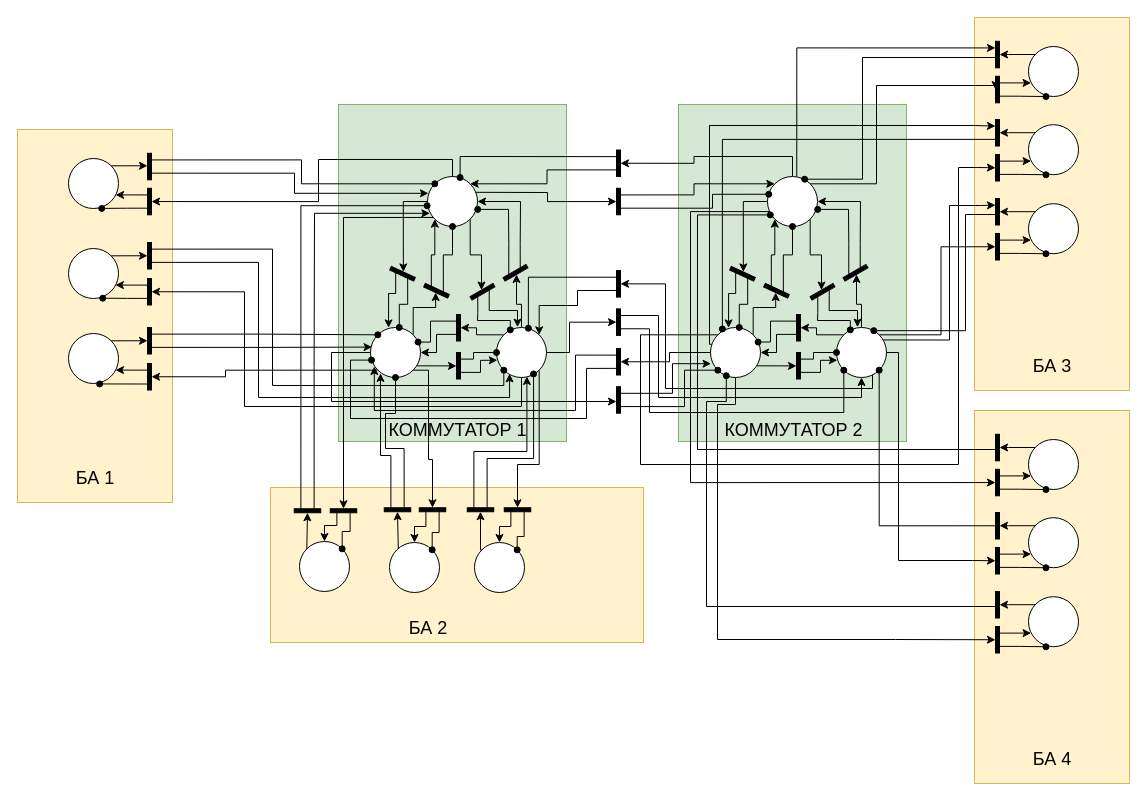
The draw.io diagram page "Page-3" (3 of 3) of logic.drawio in sadsackk/STP-ISS-analyzer, before the edit. Source tidied: cells renumbered, new cells numbered last; positions are measured from the earlier drawing's top-left corner, leaving out a move shared by most shapes. Both pictures are drawn from the tidied source at 100%, with x=0, y=0 at pixel (17, 17).
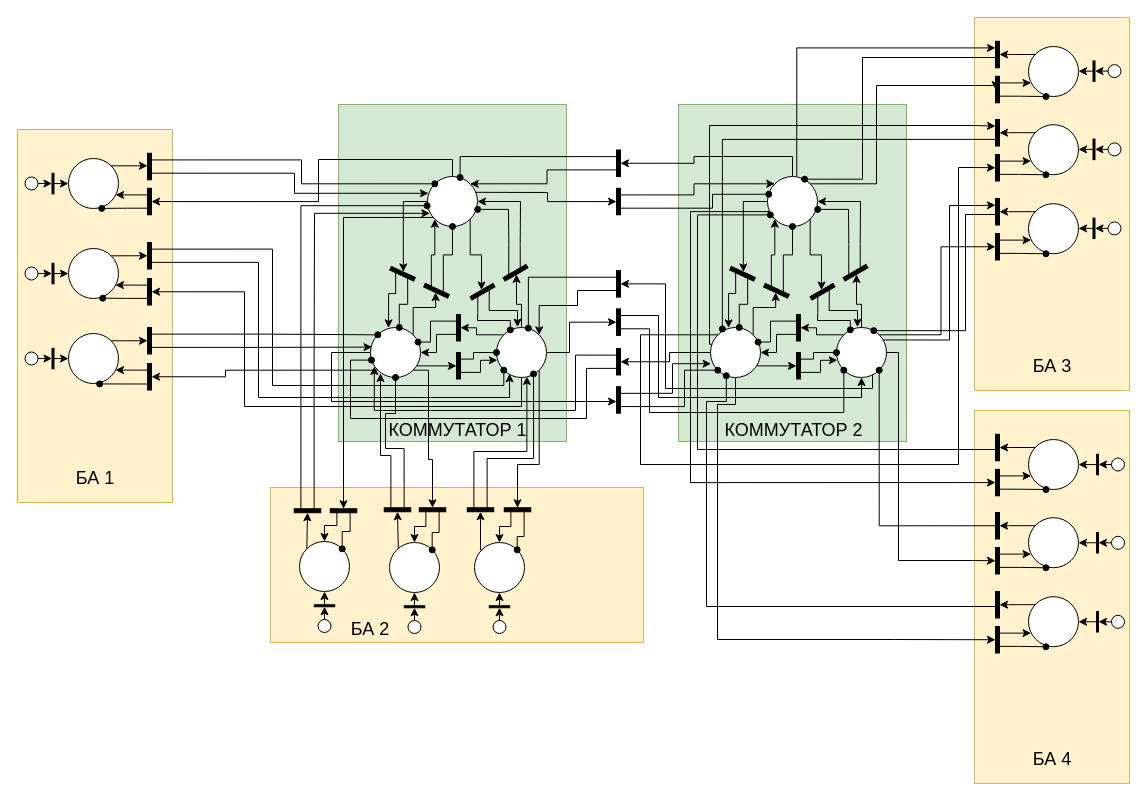
Above is the later version.

The change refers to these unchanged cells:
```xml
<mxCell id="2" style="group;flipH=1;flipV=0;" parent="1" vertex="1">
  <mxGeometry x="957" width="155" height="373" as="geometry" />
</mxCell>
<mxCell id="4" style="ellipse;whiteSpace=wrap;html=1;" parent="2" vertex="1">
  <mxGeometry x="54" y="29" width="50" height="50" as="geometry" />
</mxCell>
<mxCell id="11" style="ellipse;whiteSpace=wrap;html=1;" parent="2" vertex="1">
  <mxGeometry x="54" y="107.2" width="50" height="50" as="geometry" />
</mxCell>
<mxCell id="17" style="ellipse;whiteSpace=wrap;html=1;" parent="2" vertex="1">
  <mxGeometry x="54" y="186.2" width="50" height="50" as="geometry" />
</mxCell>
<mxCell id="23" style="group;flipH=1;flipV=0;" parent="1" vertex="1">
  <mxGeometry x="957" y="393" width="155" height="373" as="geometry" />
</mxCell>
<mxCell id="25" style="ellipse;whiteSpace=wrap;html=1;" parent="23" vertex="1">
  <mxGeometry x="54" y="29" width="50" height="50" as="geometry" />
</mxCell>
<mxCell id="32" style="ellipse;whiteSpace=wrap;html=1;" parent="23" vertex="1">
  <mxGeometry x="54" y="107.2" width="50" height="50" as="geometry" />
</mxCell>
<mxCell id="38" style="ellipse;whiteSpace=wrap;html=1;" parent="23" vertex="1">
  <mxGeometry x="54" y="186.2" width="50" height="50" as="geometry" />
</mxCell>
<mxCell id="49" style="ellipse;whiteSpace=wrap;html=1;rotation=-90;" parent="45" vertex="1">
  <mxGeometry x="95" y="164" width="50" height="50" as="geometry" />
</mxCell>
<mxCell id="66" style="group;" parent="1" vertex="1">
  <mxGeometry y="112" width="155" height="373" as="geometry" />
</mxCell>
<mxCell id="68" style="ellipse;whiteSpace=wrap;html=1;" parent="66" vertex="1">
  <mxGeometry x="51" y="29" width="50" height="50" as="geometry" />
</mxCell>
<mxCell id="69" style="ellipse;whiteSpace=wrap;html=1;" parent="66" vertex="1">
  <mxGeometry x="51" y="119" width="50" height="50" as="geometry" />
</mxCell>
<mxCell id="70" style="ellipse;whiteSpace=wrap;html=1;" parent="66" vertex="1">
  <mxGeometry x="51" y="204" width="50" height="50" as="geometry" />
</mxCell>
```

What changed in the source:
```diff
@@
+    <mxCell id="207" style="ellipse;whiteSpace=wrap;html=1;rotation=-90;" parent="2" vertex="1">
+      <mxGeometry x="133.5" y="204.4" width="13" height="13" as="geometry" />
+    </mxCell>
+    <mxCell id="208" style="edgeStyle=orthogonalEdgeStyle;rounded=0;jettySize=auto;html=1;exitX=0;exitY=0.5;exitDx=0;exitDy=0;entryX=1;entryY=0.5;entryDx=0;entryDy=0;fontSize=18;endArrow=classic;endFill=1;" parent="2" edge="1" source="209" target="17">
+      <mxGeometry relative="1" as="geometry" />
+    </mxCell>
+    <mxCell id="209" style="rounded=0;whiteSpace=wrap;html=1;fontSize=18;strokeColor=#000000;fillColor=#000000;rotation=0;" parent="2" vertex="1">
+      <mxGeometry x="118.5" y="200.6" width="2" height="20.5" as="geometry" />
+    </mxCell>
+    <mxCell id="210" style="edgeStyle=orthogonalEdgeStyle;rounded=0;jettySize=auto;html=1;exitX=0.5;exitY=0;exitDx=0;exitDy=0;entryX=1;entryY=0.5;entryDx=0;entryDy=0;fontSize=18;endArrow=classic;endFill=1;" parent="2" edge="1" source="207" target="209">
+      <mxGeometry relative="1" as="geometry" />
+    </mxCell>
+    <mxCell id="211" style="ellipse;whiteSpace=wrap;html=1;rotation=-90;" parent="2" vertex="1">
+      <mxGeometry x="133.5" y="125.4" width="13" height="13" as="geometry" />
+    </mxCell>
+    <mxCell id="212" style="edgeStyle=orthogonalEdgeStyle;rounded=0;jettySize=auto;html=1;exitX=0;exitY=0.5;exitDx=0;exitDy=0;entryX=1;entryY=0.5;entryDx=0;entryDy=0;fontSize=18;endArrow=classic;endFill=1;" parent="2" edge="1" source="213" target="11">
+      <mxGeometry relative="1" as="geometry" />
+    </mxCell>
+    <mxCell id="213" style="rounded=0;whiteSpace=wrap;html=1;fontSize=18;strokeColor=#000000;fillColor=#000000;rotation=0;" parent="2" vertex="1">
+      <mxGeometry x="118.5" y="121.6" width="2" height="20.5" as="geometry" />
+    </mxCell>
+    <mxCell id="214" style="edgeStyle=orthogonalEdgeStyle;rounded=0;jettySize=auto;html=1;exitX=0.5;exitY=0;exitDx=0;exitDy=0;entryX=1;entryY=0.5;entryDx=0;entryDy=0;fontSize=18;endArrow=classic;endFill=1;" parent="2" edge="1" source="211" target="213">
+      <mxGeometry relative="1" as="geometry" />
+    </mxCell>
+    <mxCell id="215" style="ellipse;whiteSpace=wrap;html=1;rotation=-90;" parent="2" vertex="1">
+      <mxGeometry x="133.5" y="47.1" width="13" height="13" as="geometry" />
+    </mxCell>
+    <mxCell id="216" style="edgeStyle=orthogonalEdgeStyle;rounded=0;jettySize=auto;html=1;exitX=0;exitY=0.5;exitDx=0;exitDy=0;entryX=1;entryY=0.5;entryDx=0;entryDy=0;fontSize=18;endArrow=classic;endFill=1;" parent="2" edge="1" source="217" target="4">
+      <mxGeometry relative="1" as="geometry" />
+    </mxCell>
+    <mxCell id="217" style="rounded=0;whiteSpace=wrap;html=1;fontSize=18;strokeColor=#000000;fillColor=#000000;rotation=0;" parent="2" vertex="1">
+      <mxGeometry x="118.5" y="43.4" width="2" height="20.5" as="geometry" />
+    </mxCell>
+    <mxCell id="218" style="edgeStyle=orthogonalEdgeStyle;rounded=0;jettySize=auto;html=1;exitX=0.5;exitY=0;exitDx=0;exitDy=0;entryX=1;entryY=0.5;entryDx=0;entryDy=0;fontSize=18;endArrow=classic;endFill=1;" parent="2" edge="1" source="215" target="217">
+      <mxGeometry relative="1" as="geometry" />
+    </mxCell>
@@
+    <mxCell id="219" style="ellipse;whiteSpace=wrap;html=1;rotation=-90;" parent="23" vertex="1">
+      <mxGeometry x="137" y="204.8" width="13" height="13" as="geometry" />
+    </mxCell>
+    <mxCell id="220" style="edgeStyle=orthogonalEdgeStyle;rounded=0;jettySize=auto;html=1;exitX=0;exitY=0.5;exitDx=0;exitDy=0;entryX=1;entryY=0.5;entryDx=0;entryDy=0;fontSize=18;endArrow=classic;endFill=1;" parent="23" edge="1" source="221" target="38">
+      <mxGeometry relative="1" as="geometry" />
+    </mxCell>
+    <mxCell id="221" style="rounded=0;whiteSpace=wrap;html=1;fontSize=18;strokeColor=#000000;fillColor=#000000;rotation=0;" parent="23" vertex="1">
+      <mxGeometry x="122" y="201" width="2" height="20.5" as="geometry" />
+    </mxCell>
+    <mxCell id="222" style="edgeStyle=orthogonalEdgeStyle;rounded=0;jettySize=auto;html=1;exitX=0.5;exitY=0;exitDx=0;exitDy=0;entryX=1;entryY=0.5;entryDx=0;entryDy=0;fontSize=18;endArrow=classic;endFill=1;" parent="23" edge="1" source="219" target="221">
+      <mxGeometry relative="1" as="geometry" />
+    </mxCell>
+    <mxCell id="223" style="ellipse;whiteSpace=wrap;html=1;rotation=-90;" parent="23" vertex="1">
+      <mxGeometry x="137" y="125.8" width="13" height="13" as="geometry" />
+    </mxCell>
+    <mxCell id="224" style="edgeStyle=orthogonalEdgeStyle;rounded=0;jettySize=auto;html=1;exitX=0;exitY=0.5;exitDx=0;exitDy=0;entryX=1;entryY=0.5;entryDx=0;entryDy=0;fontSize=18;endArrow=classic;endFill=1;" parent="23" edge="1" source="225" target="32">
+      <mxGeometry relative="1" as="geometry" />
+    </mxCell>
+    <mxCell id="225" style="rounded=0;whiteSpace=wrap;html=1;fontSize=18;strokeColor=#000000;fillColor=#000000;rotation=0;" parent="23" vertex="1">
+      <mxGeometry x="122" y="122" width="2" height="20.5" as="geometry" />
+    </mxCell>
+    <mxCell id="226" style="edgeStyle=orthogonalEdgeStyle;rounded=0;jettySize=auto;html=1;exitX=0.5;exitY=0;exitDx=0;exitDy=0;entryX=1;entryY=0.5;entryDx=0;entryDy=0;fontSize=18;endArrow=classic;endFill=1;" parent="23" edge="1" source="223" target="225">
+      <mxGeometry relative="1" as="geometry" />
+    </mxCell>
+    <mxCell id="227" style="ellipse;whiteSpace=wrap;html=1;rotation=-90;" parent="23" vertex="1">
+      <mxGeometry x="137" y="47.5" width="13" height="13" as="geometry" />
+    </mxCell>
+    <mxCell id="228" style="edgeStyle=orthogonalEdgeStyle;rounded=0;jettySize=auto;html=1;exitX=0;exitY=0.5;exitDx=0;exitDy=0;entryX=1;entryY=0.5;entryDx=0;entryDy=0;fontSize=18;endArrow=classic;endFill=1;" parent="23" edge="1" source="229" target="25">
+      <mxGeometry relative="1" as="geometry" />
+    </mxCell>
+    <mxCell id="229" style="rounded=0;whiteSpace=wrap;html=1;fontSize=18;strokeColor=#000000;fillColor=#000000;rotation=0;" parent="23" vertex="1">
+      <mxGeometry x="122" y="43.8" width="2" height="20.5" as="geometry" />
+    </mxCell>
+    <mxCell id="230" style="edgeStyle=orthogonalEdgeStyle;rounded=0;jettySize=auto;html=1;exitX=0.5;exitY=0;exitDx=0;exitDy=0;entryX=1;entryY=0.5;entryDx=0;entryDy=0;fontSize=18;endArrow=classic;endFill=1;" parent="23" edge="1" source="227" target="229">
+      <mxGeometry relative="1" as="geometry" />
+    </mxCell>
@@
     <mxCell id="45" style="group;rotation=-90;" parent="1" vertex="1">
-      <mxGeometry x="362" y="361" width="155" height="373" as="geometry" />
+      <mxGeometry x="362" y="361" width="190" height="373" as="geometry" />
     </mxCell>
@@
     <mxCell id="50" value="&lt;font style=&quot;font-size: 18px&quot;&gt;БА 2&lt;/font&gt;" style="text;html=1;strokeColor=none;fillColor=none;align=center;verticalAlign=middle;whiteSpace=wrap;rounded=0;rotation=0;" parent="45" vertex="1">
-      <mxGeometry x="8" y="226" width="82" height="48" as="geometry" />
+      <mxGeometry x="-50" y="227" width="82" height="48" as="geometry" />
     </mxCell>
@@
+    <mxCell id="231" style="edgeStyle=orthogonalEdgeStyle;rounded=0;jettySize=auto;html=1;exitX=1;exitY=0.5;exitDx=0;exitDy=0;entryX=0;entryY=0.5;entryDx=0;entryDy=0;fontSize=18;endArrow=classic;endFill=1;" parent="45" edge="1" source="232" target="234">
+      <mxGeometry relative="1" as="geometry" />
+    </mxCell>
+    <mxCell id="232" style="ellipse;whiteSpace=wrap;html=1;rotation=-90;" parent="45" vertex="1">
+      <mxGeometry x="113.5" y="242" width="13" height="13" as="geometry" />
+    </mxCell>
+    <mxCell id="233" style="edgeStyle=orthogonalEdgeStyle;rounded=0;jettySize=auto;html=1;exitX=1;exitY=0.5;exitDx=0;exitDy=0;entryX=0;entryY=0.5;entryDx=0;entryDy=0;fontSize=18;endArrow=classic;endFill=1;" parent="45" edge="1" source="234" target="49">
+      <mxGeometry relative="1" as="geometry" />
+    </mxCell>
+    <mxCell id="234" style="rounded=0;whiteSpace=wrap;html=1;fontSize=18;strokeColor=#000000;fillColor=#000000;rotation=-90;" parent="45" vertex="1">
+      <mxGeometry x="119" y="218" width="2" height="20.5" as="geometry" />
+    </mxCell>
+    <mxCell id="235" style="ellipse;whiteSpace=wrap;html=1;rotation=-90;" parent="45" vertex="1">
+      <mxGeometry x="28.5" y="242" width="13" height="13" as="geometry" />
+    </mxCell>
+    <mxCell id="236" style="edgeStyle=orthogonalEdgeStyle;rounded=0;jettySize=auto;html=1;exitX=1;exitY=0.5;exitDx=0;exitDy=0;entryX=0;entryY=0.5;entryDx=0;entryDy=0;fontSize=18;endArrow=classic;endFill=1;" parent="45" edge="1" source="237">
+      <mxGeometry relative="1" as="geometry">
+        <mxPoint x="35" y="214" as="targetPoint" />
+      </mxGeometry>
+    </mxCell>
+    <mxCell id="237" style="rounded=0;whiteSpace=wrap;html=1;fontSize=18;strokeColor=#000000;fillColor=#000000;rotation=-90;" parent="45" vertex="1">
+      <mxGeometry x="34" y="218" width="2" height="20.5" as="geometry" />
+    </mxCell>
+    <mxCell id="238" style="edgeStyle=orthogonalEdgeStyle;rounded=0;jettySize=auto;html=1;exitX=1;exitY=0.5;exitDx=0;exitDy=0;entryX=0;entryY=0.5;entryDx=0;entryDy=0;fontSize=18;endArrow=classic;endFill=1;" parent="45" edge="1" source="235" target="237">
+      <mxGeometry relative="1" as="geometry" />
+    </mxCell>
+    <mxCell id="239" style="ellipse;whiteSpace=wrap;html=1;rotation=-90;" parent="45" vertex="1">
+      <mxGeometry x="-61.5" y="241" width="13" height="13" as="geometry" />
+    </mxCell>
+    <mxCell id="240" style="edgeStyle=orthogonalEdgeStyle;rounded=0;jettySize=auto;html=1;exitX=1;exitY=0.5;exitDx=0;exitDy=0;entryX=0;entryY=0.5;entryDx=0;entryDy=0;fontSize=18;endArrow=classic;endFill=1;" parent="45" edge="1" source="241">
+      <mxGeometry relative="1" as="geometry">
+        <mxPoint x="-55" y="213" as="targetPoint" />
+      </mxGeometry>
+    </mxCell>
+    <mxCell id="241" style="rounded=0;whiteSpace=wrap;html=1;fontSize=18;strokeColor=#000000;fillColor=#000000;rotation=-90;" parent="45" vertex="1">
+      <mxGeometry x="-56" y="217" width="2" height="20.5" as="geometry" />
+    </mxCell>
+    <mxCell id="242" style="edgeStyle=orthogonalEdgeStyle;rounded=0;jettySize=auto;html=1;exitX=1;exitY=0.5;exitDx=0;exitDy=0;entryX=0;entryY=0.5;entryDx=0;entryDy=0;fontSize=18;endArrow=classic;endFill=1;" parent="45" edge="1" source="239" target="241">
+      <mxGeometry relative="1" as="geometry" />
+    </mxCell>
@@
+    <mxCell id="243" style="ellipse;whiteSpace=wrap;html=1;rotation=-90;" parent="66" vertex="1">
+      <mxGeometry x="7.5" y="222.5" width="13" height="13" as="geometry" />
+    </mxCell>
+    <mxCell id="244" style="edgeStyle=orthogonalEdgeStyle;rounded=0;jettySize=auto;html=1;exitX=1;exitY=0.5;exitDx=0;exitDy=0;entryX=0;entryY=0.5;entryDx=0;entryDy=0;fontSize=18;endArrow=classic;endFill=1;" parent="66" edge="1" source="245" target="70">
+      <mxGeometry relative="1" as="geometry" />
+    </mxCell>
+    <mxCell id="245" style="rounded=0;whiteSpace=wrap;html=1;fontSize=18;strokeColor=#000000;fillColor=#000000;rotation=0;" parent="66" vertex="1">
+      <mxGeometry x="34.5" y="218.8" width="2" height="20.5" as="geometry" />
+    </mxCell>
+    <mxCell id="246" style="edgeStyle=orthogonalEdgeStyle;rounded=0;jettySize=auto;html=1;exitX=0.5;exitY=1;exitDx=0;exitDy=0;entryX=0;entryY=0.5;entryDx=0;entryDy=0;fontSize=18;endArrow=classic;endFill=1;" parent="66" edge="1" source="243" target="245">
+      <mxGeometry relative="1" as="geometry" />
+    </mxCell>
+    <mxCell id="247" style="ellipse;whiteSpace=wrap;html=1;rotation=-90;" parent="66" vertex="1">
+      <mxGeometry x="7.5" y="137.5" width="13" height="13" as="geometry" />
+    </mxCell>
+    <mxCell id="248" style="edgeStyle=orthogonalEdgeStyle;rounded=0;jettySize=auto;html=1;exitX=1;exitY=0.5;exitDx=0;exitDy=0;entryX=0;entryY=0.5;entryDx=0;entryDy=0;fontSize=18;endArrow=classic;endFill=1;" parent="66" edge="1" source="249" target="69">
+      <mxGeometry relative="1" as="geometry" />
+    </mxCell>
+    <mxCell id="249" style="rounded=0;whiteSpace=wrap;html=1;fontSize=18;strokeColor=#000000;fillColor=#000000;rotation=0;" parent="66" vertex="1">
+      <mxGeometry x="34.5" y="133.8" width="2" height="20.5" as="geometry" />
+    </mxCell>
+    <mxCell id="250" style="edgeStyle=orthogonalEdgeStyle;rounded=0;jettySize=auto;html=1;exitX=0.5;exitY=1;exitDx=0;exitDy=0;entryX=0;entryY=0.5;entryDx=0;entryDy=0;fontSize=18;endArrow=classic;endFill=1;" parent="66" edge="1" source="247" target="249">
+      <mxGeometry relative="1" as="geometry" />
+    </mxCell>
+    <mxCell id="251" style="ellipse;whiteSpace=wrap;html=1;rotation=-90;" parent="66" vertex="1">
+      <mxGeometry x="7.5" y="47.5" width="13" height="13" as="geometry" />
+    </mxCell>
+    <mxCell id="252" style="edgeStyle=orthogonalEdgeStyle;rounded=0;jettySize=auto;html=1;exitX=1;exitY=0.5;exitDx=0;exitDy=0;entryX=0;entryY=0.5;entryDx=0;entryDy=0;fontSize=18;endArrow=classic;endFill=1;" parent="66" edge="1" source="253" target="68">
+      <mxGeometry relative="1" as="geometry" />
+    </mxCell>
+    <mxCell id="253" style="rounded=0;whiteSpace=wrap;html=1;fontSize=18;strokeColor=#000000;fillColor=#000000;rotation=0;" parent="66" vertex="1">
+      <mxGeometry x="34.5" y="43.8" width="2" height="20.5" as="geometry" />
+    </mxCell>
+    <mxCell id="254" style="edgeStyle=orthogonalEdgeStyle;rounded=0;jettySize=auto;html=1;exitX=0.5;exitY=1;exitDx=0;exitDy=0;entryX=0;entryY=0.5;entryDx=0;entryDy=0;fontSize=18;endArrow=classic;endFill=1;" parent="66" edge="1" source="251" target="253">
+      <mxGeometry relative="1" as="geometry" />
+    </mxCell>
```
